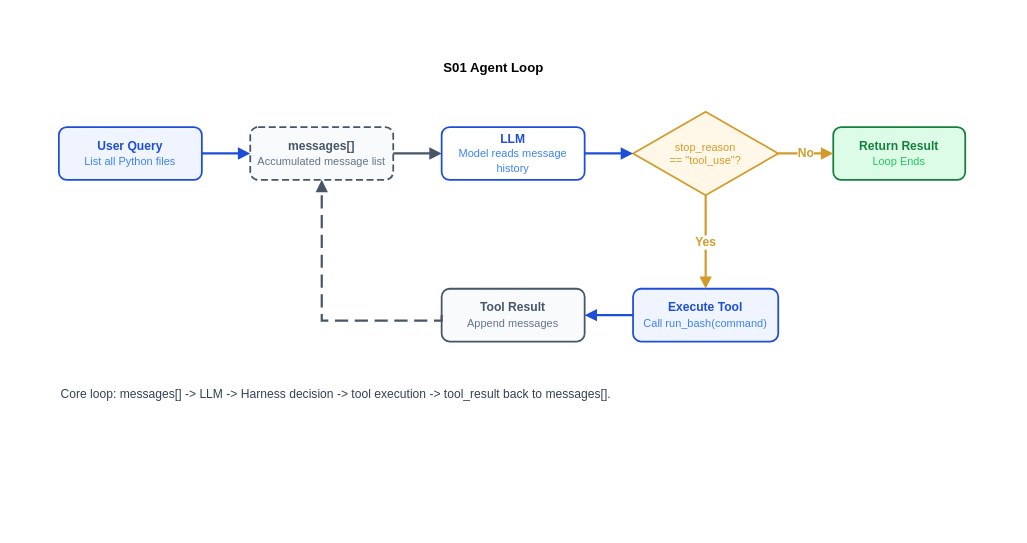
wanghaven/note keeps this draw.io diagram as personal/10-Projects/learn-claude-code/diagrams/s01_agent_loop.drawio. Above is the earlier version. Source tidied: cells renumbered, new cells numbered last; positions are measured from the earlier drawing's top-left corner, leaving out a move shared by most shapes. Both pictures are drawn from the tidied source at 110%, with x=0, y=0 at pixel (19, 19).
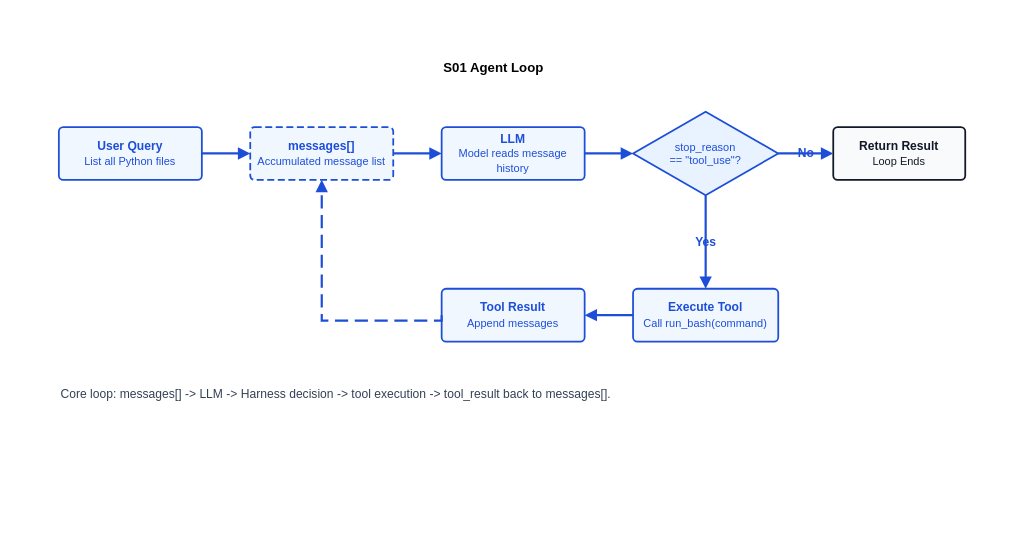
Above is the later version.

The edit, as a diff of the source:
```diff
@@
-    <mxCell id="2" style="rounded=1;whiteSpace=wrap;html=1;align=center;verticalAlign=middle;fillColor=none;strokeColor=none;strokeWidth=1.6;fontColor=#0f172a;fontSize=11;fontStyle=0;fontFamily=Helvetica;" parent="1" vertex="1">
+    <mxCell id="2" style="rounded=1;whiteSpace=wrap;html=1;align=center;verticalAlign=middle;fillColor=none;strokeColor=none;strokeWidth=1.6;fontColor=#0f172a;fontSize=11;fontStyle=0;fontFamily=Helvetica;absoluteArcSize=1;arcSize=8;labelBackgroundColor=none;" parent="1" vertex="1">
       <mxGeometry width="900" height="460" as="geometry" />
     </mxCell>
-    <mxCell id="3" value="&lt;font style=&quot;color: #1d4ed8; font-size: 11px; font-weight: bold; font-family: Helvetica;&quot;&gt;User Query&lt;/font&gt;&lt;br&gt;&lt;font style=&quot;color: #3b82f6; font-size: 10px; font-weight: normal; font-family: Helvetica;&quot;&gt;List all Python files&lt;/font&gt;" style="rounded=1;whiteSpace=wrap;html=1;align=center;verticalAlign=middle;fillColor=#f0f4ff;strokeColor=#1d4ed8;strokeWidth=1.6;fontColor=#1e3a5f;fontSize=11;fontStyle=1;fontFamily=Helvetica;" parent="1" vertex="1">
+    <mxCell id="3" value="&lt;font style=&quot;ed8; font-size: 11px; font-weight: bold; font-family: Helvetica;&quot;&gt;User Query&lt;/font&gt;&lt;br&gt;&lt;font style=&quot;2f6; font-size: 10px; font-weight: normal; font-family: Helvetica;&quot;&gt;List all Python files&lt;/font&gt;" style="rounded=1;whiteSpace=wrap;html=1;align=center;verticalAlign=middle;fillColor=#f1f7ff;strokeColor=#1d4ed8;strokeWidth=1.6;fontColor=#1d4ed8;fontSize=11;fontStyle=1;fontFamily=Helvetica;absoluteArcSize=1;arcSize=8;labelBackgroundColor=none;" parent="1" vertex="1">
       <mxGeometry x="36" y="98" width="130" height="48" as="geometry" />
     </mxCell>
-    <mxCell id="4" value="&lt;font style=&quot;color: #475569; font-size: 11px; font-weight: bold; font-family: Helvetica;&quot;&gt;messages[]&lt;/font&gt;&lt;br&gt;&lt;font style=&quot;color: #64748b; font-size: 10px; font-weight: normal; font-family: Helvetica;&quot;&gt;Accumulated message list&lt;/font&gt;" style="rounded=1;whiteSpace=wrap;html=1;align=center;verticalAlign=middle;fillColor=#f8fafc;strokeColor=#475569;strokeWidth=1.6;fontColor=#0f172a;fontSize=11;fontStyle=0;fontFamily=Helvetica;dashed=1;dashPattern=4 2;" parent="1" vertex="1">
+    <mxCell id="4" value="&lt;font style=&quot;font-size: 11px; font-weight: bold; font-family: Helvetica;&quot;&gt;messages[]&lt;/font&gt;&lt;br&gt;&lt;font style=&quot;48b; font-size: 10px; font-weight: normal; font-family: Helvetica;&quot;&gt;Accumulated message list&lt;/font&gt;" style="rounded=1;whiteSpace=wrap;html=1;align=center;verticalAlign=middle;fillColor=#f1f7ff;strokeColor=#1d4ed8;strokeWidth=1.6;fontColor=#1d4ed8;fontSize=11;fontStyle=0;fontFamily=Helvetica;dashed=1;dashPattern=4 2;absoluteArcSize=1;arcSize=8;labelBackgroundColor=none;" parent="1" vertex="1">
       <mxGeometry x="210" y="98" width="130" height="48" as="geometry" />
     </mxCell>
-    <mxCell id="5" value="&lt;font style=&quot;color: #1d4ed8; font-size: 11px; font-weight: bold; font-family: Helvetica;&quot;&gt;LLM&lt;/font&gt;&lt;br&gt;&lt;font style=&quot;color: #3b82f6; font-size: 10px; font-weight: normal; font-family: Helvetica;&quot;&gt;Model reads message history&lt;/font&gt;" style="rounded=1;whiteSpace=wrap;html=1;align=center;verticalAlign=middle;fillColor=#ffffff;strokeColor=#1d4ed8;strokeWidth=1.6;fontColor=#1e3a5f;fontSize=11;fontStyle=1;fontFamily=Helvetica;" parent="1" vertex="1">
+    <mxCell id="5" value="&lt;font style=&quot;ed8; font-size: 11px; font-weight: bold; font-family: Helvetica;&quot;&gt;LLM&lt;/font&gt;&lt;br&gt;&lt;font style=&quot;2f6; font-size: 10px; font-weight: normal; font-family: Helvetica;&quot;&gt;Model reads message history&lt;/font&gt;" style="rounded=1;whiteSpace=wrap;html=1;align=center;verticalAlign=middle;fillColor=#f1f7ff;strokeColor=#1d4ed8;strokeWidth=1.6;fontColor=#1d4ed8;fontSize=11;fontStyle=1;fontFamily=Helvetica;absoluteArcSize=1;arcSize=8;labelBackgroundColor=none;" parent="1" vertex="1">
       <mxGeometry x="384" y="98" width="130" height="48" as="geometry" />
     </mxCell>
-    <mxCell id="6" value="&lt;font style=&quot;color: #d39b2a; font-size: 10px; font-weight: normal; font-family: Helvetica;&quot;&gt;stop_reason&lt;/font&gt;&lt;br&gt;&lt;font style=&quot;color: #d39b2a; font-size: 10px; font-weight: normal; font-family: Helvetica;&quot;&gt;== &amp;quot;tool_use&amp;quot;?&lt;/font&gt;" style="rounded=0;whiteSpace=wrap;html=1;align=center;verticalAlign=middle;fillColor=#fff8e8;strokeColor=#d39b2a;strokeWidth=1.6;fontColor=#d39b2a;fontSize=10;fontStyle=0;shape=rhombus;perimeter=rhombusPerimeter;spacing=4;fontFamily=Helvetica;" parent="1" vertex="1">
+    <mxCell id="6" value="&lt;font style=&quot;b2a; font-size: 10px; font-weight: normal; font-family: Helvetica;&quot;&gt;stop_reason&lt;/font&gt;&lt;br&gt;&lt;font style=&quot;b2a; font-size: 10px; font-weight: normal; font-family: Helvetica;&quot;&gt;== &amp;quot;tool_use&amp;quot;?&lt;/font&gt;" style="html=1;whiteSpace=wrap;align=center;verticalAlign=middle;rounded=0;shape=rhombus;perimeter=rhombusPerimeter;spacing=4;fillColor=#e9f2ff;strokeColor=#1d4ed8;strokeWidth=1.6;fontColor=#1d4ed8;fontSize=10;fontStyle=0;fontFamily=Helvetica;labelBackgroundColor=none;" parent="1" vertex="1">
       <mxGeometry x="558" y="84" width="132" height="76" as="geometry" />
     </mxCell>
-    <mxCell id="7" value="&lt;font style=&quot;color: #15803d; font-size: 11px; font-weight: bold; font-family: Helvetica;&quot;&gt;Return Result&lt;/font&gt;&lt;br&gt;&lt;font style=&quot;color: #22c55e; font-size: 10px; font-weight: normal; font-family: Helvetica;&quot;&gt;Loop Ends&lt;/font&gt;" style="rounded=1;whiteSpace=wrap;html=1;align=center;verticalAlign=middle;fillColor=#dcfce7;strokeColor=#15803d;strokeWidth=1.6;fontColor=#166534;fontSize=11;fontStyle=1;fontFamily=Helvetica;" parent="1" vertex="1">
+    <mxCell id="7" value="&lt;font style=&quot;03d; font-size: 11px; font-weight: bold; font-family: Helvetica;&quot;&gt;Return Result&lt;/font&gt;&lt;br&gt;&lt;font style=&quot;55e; font-size: 10px; font-weight: normal; font-family: Helvetica;&quot;&gt;Loop Ends&lt;/font&gt;" style="html=1;whiteSpace=wrap;align=center;verticalAlign=middle;rounded=1;fillColor=#f8fafc;strokeColor=#111827;strokeWidth=1.6;fontColor=#111827;fontSize=11;fontStyle=1;fontFamily=Helvetica;absoluteArcSize=1;arcSize=8;labelBackgroundColor=none;" parent="1" vertex="1">
       <mxGeometry x="740" y="98" width="120" height="48" as="geometry" />
     </mxCell>
-    <mxCell id="8" value="&lt;font style=&quot;color: #1d4ed8; font-size: 11px; font-weight: bold; font-family: Helvetica;&quot;&gt;Execute Tool&lt;/font&gt;&lt;br&gt;&lt;font style=&quot;color: #3b82f6; font-size: 10px; font-weight: normal; font-family: Helvetica;&quot;&gt;Call run_bash(command)&lt;/font&gt;" style="rounded=1;whiteSpace=wrap;html=1;align=center;verticalAlign=middle;fillColor=#f0f4ff;strokeColor=#1d4ed8;strokeWidth=1.6;fontColor=#1e3a5f;fontSize=11;fontStyle=1;fontFamily=Helvetica;" parent="1" vertex="1">
+    <mxCell id="8" value="&lt;font style=&quot;ed8; font-size: 11px; font-weight: bold; font-family: Helvetica;&quot;&gt;Execute Tool&lt;/font&gt;&lt;br&gt;&lt;font style=&quot;2f6; font-size: 10px; font-weight: normal; font-family: Helvetica;&quot;&gt;Call run_bash(command)&lt;/font&gt;" style="rounded=1;whiteSpace=wrap;html=1;align=center;verticalAlign=middle;fillColor=#f1f7ff;strokeColor=#1d4ed8;strokeWidth=1.6;fontColor=#1d4ed8;fontSize=11;fontStyle=1;fontFamily=Helvetica;absoluteArcSize=1;arcSize=8;labelBackgroundColor=none;" parent="1" vertex="1">
       <mxGeometry x="558" y="245" width="132" height="48" as="geometry" />
     </mxCell>
-    <mxCell id="9" value="&lt;font style=&quot;color: #475569; font-size: 11px; font-weight: bold; font-family: Helvetica;&quot;&gt;Tool Result&lt;/font&gt;&lt;br&gt;&lt;font style=&quot;color: #64748b; font-size: 10px; font-weight: normal; font-family: Helvetica;&quot;&gt;Append messages&lt;/font&gt;" style="rounded=1;whiteSpace=wrap;html=1;align=center;verticalAlign=middle;fillColor=#f8fafc;strokeColor=#475569;strokeWidth=1.6;fontColor=#0f172a;fontSize=11;fontStyle=0;fontFamily=Helvetica;" parent="1" vertex="1">
+    <mxCell id="9" value="&lt;font style=&quot;font-size: 11px; font-weight: bold; font-family: Helvetica;&quot;&gt;Tool Result&lt;/font&gt;&lt;br&gt;&lt;font style=&quot;48b; font-size: 10px; font-weight: normal; font-family: Helvetica;&quot;&gt;Append messages&lt;/font&gt;" style="rounded=1;whiteSpace=wrap;html=1;align=center;verticalAlign=middle;fillColor=#f1f7ff;strokeColor=#1d4ed8;strokeWidth=1.6;fontColor=#1d4ed8;fontSize=11;fontStyle=0;fontFamily=Helvetica;absoluteArcSize=1;arcSize=8;labelBackgroundColor=none;" parent="1" vertex="1">
       <mxGeometry x="384" y="245" width="130" height="48" as="geometry" />
     </mxCell>
-    <mxCell id="10" value="&lt;div&gt;&lt;/div&gt;Core loop: messages[] -&amp;gt; LLM -&amp;gt; Harness decision -&amp;gt; tool execution -&amp;gt; tool_result back to messages[].&amp;nbsp;" style="text;html=1;strokeColor=none;fillColor=none;align=left;verticalAlign=middle;whiteSpace=wrap;rounded=0;fontColor=#334155;fontSize=11;fontStyle=0;fontFamily=Helvetica;" parent="1" vertex="1">
+    <mxCell id="10" value="&lt;div&gt;&lt;/div&gt;Core loop: messages[] -&amp;gt; LLM -&amp;gt; Harness decision -&amp;gt; tool execution -&amp;gt; tool_result back to messages[].&amp;nbsp;" style="html=1;strokeColor=none;fillColor=none;align=left;verticalAlign=middle;whiteSpace=wrap;rounded=0;fontColor=#334155;fontSize=11;fontStyle=0;fontFamily=Helvetica;labelBackgroundColor=none;" parent="1" vertex="1">
       <mxGeometry x="36" y="330" width="720" height="22" as="geometry" />
     </mxCell>
-    <mxCell id="11" style="edgeStyle=orthogonalEdgeStyle;rounded=0;jettySize=auto;html=1;strokeColor=#1d4ed8;strokeWidth=2;endArrow=block;endFill=1;fontSize=11;fontColor=#1d4ed8;fontStyle=1;fontFamily=Helvetica;" parent="1" edge="1" source="3" target="4">
+    <mxCell id="11" style="edgeStyle=orthogonalEdgeStyle;rounded=0;jettySize=auto;html=1;strokeColor=#1d4ed8;strokeWidth=2;endArrow=block;endFill=1;fontSize=11;fontColor=#1d4ed8;fontStyle=1;fontFamily=Helvetica;labelBackgroundColor=none;" parent="1" edge="1" source="3" target="4">
       <mxGeometry relative="1" as="geometry" />
     </mxCell>
-    <mxCell id="12" style="edgeStyle=orthogonalEdgeStyle;rounded=0;jettySize=auto;html=1;strokeColor=#475569;strokeWidth=2;endArrow=block;endFill=1;fontSize=11;fontColor=#475569;fontStyle=1;fontFamily=Helvetica;" parent="1" edge="1" source="4" target="5">
+    <mxCell id="12" style="edgeStyle=orthogonalEdgeStyle;rounded=0;jettySize=auto;html=1;strokeColor=#1d4ed8;strokeWidth=2;endArrow=block;endFill=1;fontSize=11;fontColor=#1d4ed8;fontStyle=1;fontFamily=Helvetica;labelBackgroundColor=none;" parent="1" edge="1" source="4" target="5">
       <mxGeometry relative="1" as="geometry" />
     </mxCell>
-    <mxCell id="13" style="edgeStyle=orthogonalEdgeStyle;rounded=0;jettySize=auto;html=1;strokeColor=#1d4ed8;strokeWidth=2;endArrow=block;endFill=1;fontSize=11;fontColor=#1d4ed8;fontStyle=1;fontFamily=Helvetica;" parent="1" edge="1" source="5" target="6">
+    <mxCell id="13" style="html=1;rounded=0;strokeColor=#1d4ed8;strokeWidth=2;edgeStyle=orthogonalEdgeStyle;jettySize=auto;endArrow=block;endFill=1;fontColor=#1d4ed8;fontSize=11;fontStyle=1;fontFamily=Helvetica;labelBackgroundColor=none;" parent="1" edge="1" source="5" target="6">
       <mxGeometry relative="1" as="geometry" />
     </mxCell>
-    <mxCell id="14" value="No" style="edgeStyle=orthogonalEdgeStyle;rounded=0;jettySize=auto;html=1;strokeColor=#d39b2a;strokeWidth=2;endArrow=block;endFill=1;fontSize=11;fontColor=#d39b2a;fontStyle=1;fontFamily=Helvetica;" parent="1" edge="1" source="6" target="7">
+    <mxCell id="14" value="No" style="html=1;rounded=0;strokeColor=#1d4ed8;strokeWidth=2;edgeStyle=orthogonalEdgeStyle;jettySize=auto;endArrow=block;endFill=1;fontColor=#1d4ed8;fontSize=11;fontStyle=1;fontFamily=Helvetica;labelBackgroundColor=none;" parent="1" edge="1" source="6" target="7">
       <mxGeometry relative="1" as="geometry" />
     </mxCell>
-    <mxCell id="15" value="Yes" style="edgeStyle=orthogonalEdgeStyle;rounded=0;jettySize=auto;html=1;strokeColor=#d39b2a;strokeWidth=2;endArrow=block;endFill=1;fontSize=11;fontColor=#d39b2a;fontStyle=1;fontFamily=Helvetica;" parent="1" edge="1" source="6" target="8">
+    <mxCell id="15" value="Yes" style="html=1;rounded=0;strokeColor=#1d4ed8;strokeWidth=2;edgeStyle=orthogonalEdgeStyle;jettySize=auto;endArrow=block;endFill=1;fontColor=#1d4ed8;fontSize=11;fontStyle=1;fontFamily=Helvetica;labelBackgroundColor=none;" parent="1" edge="1" source="6" target="8">
       <mxGeometry relative="1" as="geometry">
         <Array as="points">
           <mxPoint x="624" y="190" />
           <mxPoint x="624" y="230" />
         </Array>
       </mxGeometry>
     </mxCell>
-    <mxCell id="16" style="edgeStyle=orthogonalEdgeStyle;rounded=0;jettySize=auto;html=1;strokeColor=#1d4ed8;strokeWidth=2;endArrow=block;endFill=1;fontSize=11;fontColor=#1d4ed8;fontStyle=1;fontFamily=Helvetica;" parent="1" edge="1" source="8" target="9">
+    <mxCell id="16" style="edgeStyle=orthogonalEdgeStyle;rounded=0;jettySize=auto;html=1;strokeColor=#1d4ed8;strokeWidth=2;endArrow=block;endFill=1;fontSize=11;fontColor=#1d4ed8;fontStyle=1;fontFamily=Helvetica;labelBackgroundColor=none;" parent="1" edge="1" source="8" target="9">
       <mxGeometry relative="1" as="geometry" />
     </mxCell>
-    <mxCell id="17" style="edgeStyle=orthogonalEdgeStyle;rounded=0;jettySize=auto;html=1;strokeColor=#475569;strokeWidth=2;endArrow=block;endFill=1;fontSize=11;fontColor=#475569;fontStyle=1;dashed=1;dashPattern=6 3;exitX=0;exitY=0.5;exitDx=0;exitDy=0;fontFamily=Helvetica;" parent="1" edge="1" source="9" target="4">
+    <mxCell id="17" style="edgeStyle=orthogonalEdgeStyle;rounded=0;jettySize=auto;html=1;strokeColor=#1d4ed8;strokeWidth=2;endArrow=block;endFill=1;fontSize=11;fontColor=#1d4ed8;fontStyle=1;dashed=1;dashPattern=6 3;exitX=0;exitY=0.5;exitDx=0;exitDy=0;fontFamily=Helvetica;labelBackgroundColor=none;" parent="1" edge="1" source="9" target="4">
       <mxGeometry relative="1" as="geometry">
         <Array as="points">
           <mxPoint x="275" y="274" />
         </Array>
       </mxGeometry>
     </mxCell>
-    <mxCell id="18" value="&lt;span style=&quot;font-weight: 700; text-align: center;&quot;&gt;S01 Agent Loop&lt;/span&gt;" style="text;html=1;strokeColor=none;fillColor=none;align=left;verticalAlign=top;whiteSpace=wrap;rounded=0;fontColor=default;fontSize=12;fontStyle=0;fontFamily=Helvetica;" parent="1" vertex="1">
+    <mxCell id="18" value="&lt;span style=&quot;font-weight: 700; text-align: center;&quot;&gt;S01 Agent Loop&lt;/span&gt;" style="text=1;html=1;whiteSpace=wrap;align=left;verticalAlign=top;rounded=0;fillColor=none;strokeColor=none;fontColor=default;fontSize=12;fontStyle=0;fontFamily=Helvetica;labelBackgroundColor=none;" parent="1" vertex="1">
       <mxGeometry x="384" y="30" width="104" height="22" as="geometry" />
     </mxCell>
```
